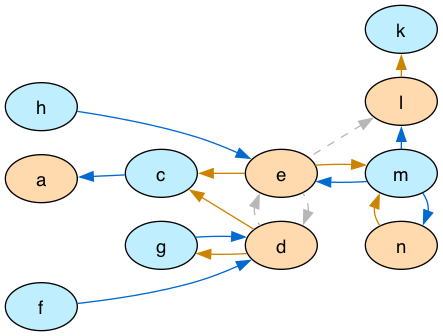
Earlier version of the Graphviz export lib/graphs/arg_pw1_graph_colored.png (idaks/Games-and-Argumentation). Its source is kept beside it as lib/graphs/arg_pw1_graph_colored.dot. Source of this version:
```dot
digraph G {
  rankdir="LR"
  node [shape=oval style=filled fontname=Helvetica fontsize=14]
  node [fillcolor="#ffdaaf" fontcolor="#000000"] a l d e n;
  node [fillcolor="#bfefff" fontcolor="#000000"] c k m f g h;
  edge [dir=back, color="#006ad1", style="solid"]
        "a" -> "c";
        "l" -> "m";
        "e" -> "m";
        "d" -> "f";
        "d" -> "g";
        "e" -> "h";
        "n" -> "m";
  edge [dir=back, color="#cc8400", style="solid"]
        "k" -> "l";
        "c" -> "d";
        "c" -> "e";
        "m" -> "e";
        "g" -> "d";
        "m" -> "n";
  edge [dir=back, color="#b7b7b7", style="dashed"]
        "l" -> "e";
        "d" -> "e";
        "e" -> "d";

  {rank = min; f; h}
  {rank = same; d; e}
  {rank = same; c; g}
  {rank = max; k; l; m; n}
}
```
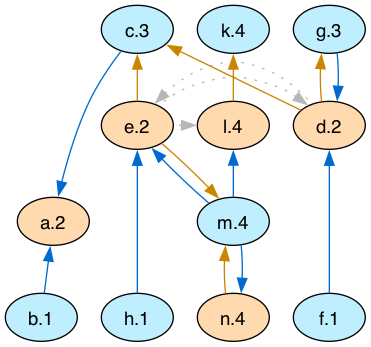
The same file after the commit.

What changed in the source:
```diff
@@ -1,30 +1,41 @@
 digraph G {
-  rankdir="LR"
+  rankdir="TB"
   node [shape=oval style=filled fontname=Helvetica fontsize=14]
-  node [fillcolor="#ffdaaf" fontcolor="#000000"] a l d e n;
-  node [fillcolor="#bfefff" fontcolor="#000000"] c k m f g h;
-  edge [dir=back, color="#006ad1", style="solid"]
-        "a" -> "c";
-        "l" -> "m";
-        "e" -> "m";
-        "d" -> "f";
-        "d" -> "g";
-        "e" -> "h";
-        "n" -> "m";
-  edge [dir=back, color="#cc8400", style="solid"]
-        "k" -> "l";
-        "c" -> "d";
-        "c" -> "e";
-        "m" -> "e";
-        "g" -> "d";
-        "m" -> "n";
-  edge [dir=back, color="#b7b7b7", style="dashed"]
-        "l" -> "e";
-        "d" -> "e";
-        "e" -> "d";
+  node [fillcolor="#ffdaaf" fontcolor="#000000"]
+       a[label="a.2"]
+       l[label="l.4"]
+       d[label="d.2"]
+       e[label="e.2"]
+       n[label="n.4"]
+  node [fillcolor="#bfefff" fontcolor="#000000"]
+       c[label="c.3"]
+       b[label="b.1"]
+       k[label="k.4"]
+       m[label="m.4"]
+       f[label="f.1"]
+       g[label="g.3"]
+       h[label="h.1"]
+  edge [dir=back color="#006ad1" style="solid"]
+        "a" -> "c"
+        "a" -> "b"
+        "l" -> "m"
+        "e" -> "m"
+        "d" -> "f"
+        "d" -> "g"
+        "e" -> "h"
+        "n" -> "m"
+  edge [dir=back color="#cc8400" style="solid"]
+        "k" -> "l"
+        "c" -> "d"
+        "c" -> "e"
+        "m" -> "e"
+        "g" -> "d"
+        "m" -> "n"
+  edge [dir=back color="#b7b7b7" style="dotted" constraint=false]
+        "l" -> "e"
+        "d" -> "e"
+        "e" -> "d"
 
-  {rank = min; f; h}
-  {rank = same; d; e}
-  {rank = same; c; g}
-  {rank = max; k; l; m; n}
+  {rank = max; b; f; h}
+  {rank = min; c; g}
 }
```
